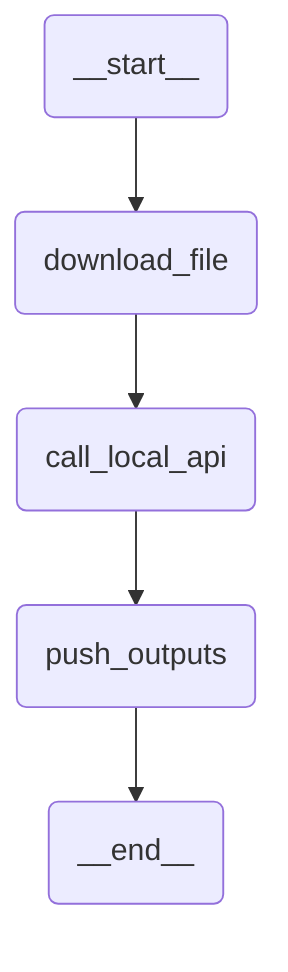
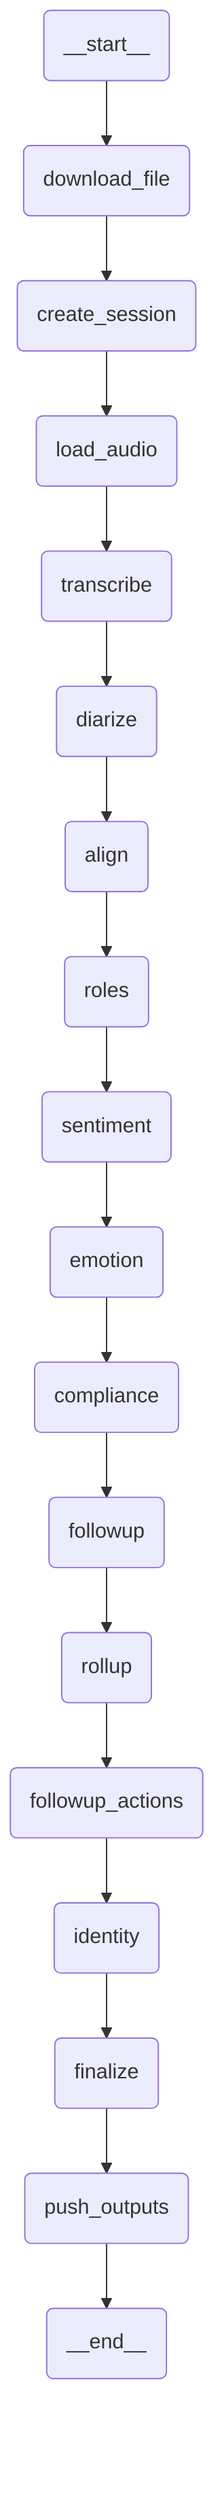
%% AUTO-GENERATED by `uipath init`. Do not edit manually.
%% Regenerated on every `uipath init`.
flowchart TB
  __start__(__start__)
  download_file(download_file)
-   call_local_api(call_local_api)
+   create_session(create_session)
+   load_audio(load_audio)
+   transcribe(transcribe)
+   diarize(diarize)
+   align(align)
+   roles(roles)
+   sentiment(sentiment)
+   emotion(emotion)
+   compliance(compliance)
+   followup(followup)
+   rollup(rollup)
+   followup_actions(followup_actions)
+   identity(identity)
+   finalize(finalize)
  push_outputs(push_outputs)
  __end__(__end__)
  __start__ --> download_file
-   call_local_api --> push_outputs
-   download_file --> call_local_api
+   align --> roles
+   compliance --> followup
+   create_session --> load_audio
+   diarize --> align
+   download_file --> create_session
+   emotion --> compliance
+   finalize --> push_outputs
+   followup --> rollup
+   followup_actions --> identity
+   identity --> finalize
+   load_audio --> transcribe
+   roles --> sentiment
+   rollup --> followup_actions
+   sentiment --> emotion
+   transcribe --> diarize
  push_outputs --> __end__
